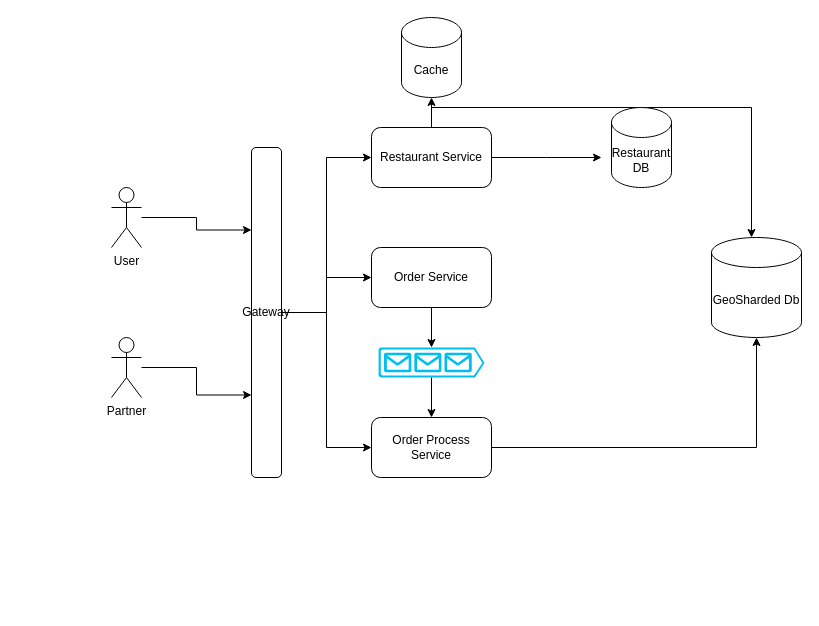
Before: High Level/Food Delivery App.drawio in krohitk17/System-Design, a draw.io diagram. Source tidied: cells renumbered, new cells numbered last; positions are measured from the earlier drawing's top-left corner, leaving out a move shared by most shapes. Both pictures are drawn from the tidied source at 100%, with x=0, y=0 at pixel (111, 17).
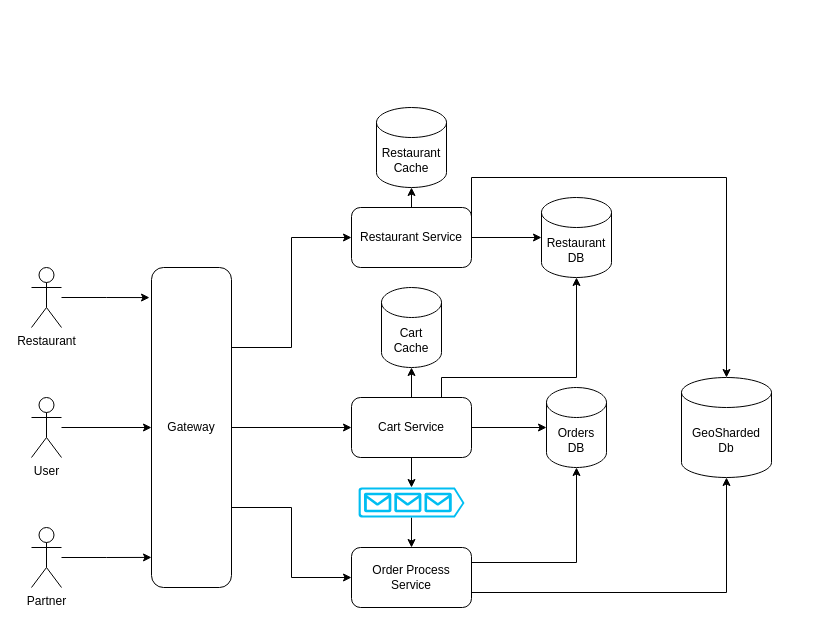
The same diagram, later.

What changed in the source:
```diff
@@
-    <mxCell id="2" style="edgeStyle=orthogonalEdgeStyle;rounded=0;jettySize=auto;html=1;entryX=0;entryY=0.25;entryDx=0;entryDy=0;" parent="1" edge="1" source="3" target="7">
+    <mxCell id="2" style="edgeStyle=orthogonalEdgeStyle;rounded=0;jettySize=auto;html=1;entryX=0;entryY=0.5;entryDx=0;entryDy=0;" parent="1" edge="1" source="3" target="7">
       <mxGeometry relative="1" as="geometry" />
     </mxCell>
     <mxCell id="3" value="User" style="shape=umlActor;verticalLabelPosition=bottom;verticalAlign=top;html=1;outlineConnect=0;" parent="1" vertex="1">
-      <mxGeometry y="170" width="30" height="60" as="geometry" />
+      <mxGeometry x="-80" y="380" width="30" height="60" as="geometry" />
     </mxCell>
-    <mxCell id="4" style="edgeStyle=orthogonalEdgeStyle;rounded=0;jettySize=auto;html=1;entryX=0;entryY=0.5;entryDx=0;entryDy=0;" parent="1" edge="1" source="7" target="10">
+    <mxCell id="4" style="edgeStyle=orthogonalEdgeStyle;rounded=0;jettySize=auto;html=1;exitX=1;exitY=0.25;exitDx=0;exitDy=0;entryX=0;entryY=0.5;entryDx=0;entryDy=0;" parent="1" edge="1" source="7" target="10">
       <mxGeometry relative="1" as="geometry" />
     </mxCell>
-    <mxCell id="5" style="edgeStyle=orthogonalEdgeStyle;rounded=0;jettySize=auto;html=1;entryX=0;entryY=0.5;entryDx=0;entryDy=0;" parent="1" edge="1" source="7" target="11">
+    <mxCell id="5" style="edgeStyle=orthogonalEdgeStyle;rounded=0;jettySize=auto;html=1;exitX=1;exitY=0.5;exitDx=0;exitDy=0;entryX=0;entryY=0.5;entryDx=0;entryDy=0;" parent="1" edge="1" source="7" target="11">
       <mxGeometry relative="1" as="geometry" />
     </mxCell>
-    <mxCell id="6" style="edgeStyle=orthogonalEdgeStyle;rounded=0;jettySize=auto;html=1;entryX=0;entryY=0.5;entryDx=0;entryDy=0;" parent="1" edge="1" source="7" target="16">
+    <mxCell id="6" style="edgeStyle=orthogonalEdgeStyle;rounded=0;jettySize=auto;html=1;exitX=1;exitY=0.75;exitDx=0;exitDy=0;entryX=0;entryY=0.5;entryDx=0;entryDy=0;" parent="1" edge="1" source="7" target="16">
       <mxGeometry relative="1" as="geometry" />
     </mxCell>
     <mxCell id="7" value="Gateway" style="rounded=1;whiteSpace=wrap;html=1;" parent="1" vertex="1">
-      <mxGeometry x="140" y="130" width="30" height="330" as="geometry" />
+      <mxGeometry x="40" y="250" width="80" height="320" as="geometry" />
     </mxCell>
-    <mxCell id="8" style="edgeStyle=orthogonalEdgeStyle;rounded=0;jettySize=auto;html=1;" parent="1" edge="1" source="10">
-      <mxGeometry relative="1" as="geometry">
-        <mxPoint x="490" y="140" as="targetPoint" />
-      </mxGeometry>
-    </mxCell>
-    <mxCell id="9" style="edgeStyle=orthogonalEdgeStyle;rounded=0;jettySize=auto;html=1;" parent="1" edge="1" source="10" target="14">
-      <mxGeometry relative="1" as="geometry">
-        <Array as="points">
-          <mxPoint x="320" y="90" />
-          <mxPoint x="640" y="90" />
-        </Array>
-      </mxGeometry>
-    </mxCell>
     <mxCell id="10" value="Restaurant Service" style="rounded=1;whiteSpace=wrap;html=1;" parent="1" vertex="1">
-      <mxGeometry x="260" y="110" width="120" height="60" as="geometry" />
+      <mxGeometry x="240" y="190" width="120" height="60" as="geometry" />
     </mxCell>
-    <mxCell id="11" value="Order Service" style="rounded=1;whiteSpace=wrap;html=1;" parent="1" vertex="1">
-      <mxGeometry x="260" y="230" width="120" height="60" as="geometry" />
+    <mxCell id="11" value="Cart Service" style="rounded=1;whiteSpace=wrap;html=1;" parent="1" vertex="1">
+      <mxGeometry x="240" y="380" width="120" height="60" as="geometry" />
     </mxCell>
     <mxCell id="12" value="Restaurant DB" style="shape=cylinder3;whiteSpace=wrap;html=1;boundedLbl=1;backgroundOutline=1;size=15;" parent="1" vertex="1">
-      <mxGeometry x="500" y="90" width="60" height="80" as="geometry" />
+      <mxGeometry x="430" y="180" width="70" height="80" as="geometry" />
     </mxCell>
-    <mxCell id="13" value="Cache" style="shape=cylinder3;whiteSpace=wrap;html=1;boundedLbl=1;backgroundOutline=1;size=15;" parent="1" vertex="1">
-      <mxGeometry x="290" width="60" height="80" as="geometry" />
+    <mxCell id="13" value="&lt;div&gt;Restaurant&lt;/div&gt;Cache" style="shape=cylinder3;whiteSpace=wrap;html=1;boundedLbl=1;backgroundOutline=1;size=15;" parent="1" vertex="1">
+      <mxGeometry x="265" y="90" width="70" height="80" as="geometry" />
     </mxCell>
-    <mxCell id="14" value="GeoSharded Db" style="shape=cylinder3;whiteSpace=wrap;html=1;boundedLbl=1;backgroundOutline=1;size=15;" parent="1" vertex="1">
-      <mxGeometry x="600" y="220" width="90" height="100" as="geometry" />
+    <mxCell id="14" value="GeoSharded&lt;div&gt;Db&lt;/div&gt;" style="shape=cylinder3;whiteSpace=wrap;html=1;boundedLbl=1;backgroundOutline=1;size=15;" parent="1" vertex="1">
+      <mxGeometry x="570" y="360" width="90" height="100" as="geometry" />
     </mxCell>
-    <mxCell id="15" style="edgeStyle=orthogonalEdgeStyle;rounded=0;jettySize=auto;html=1;" parent="1" edge="1" source="16" target="14">
+    <mxCell id="15" style="edgeStyle=orthogonalEdgeStyle;rounded=0;jettySize=auto;html=1;exitX=1;exitY=0.75;exitDx=0;exitDy=0;" parent="1" edge="1" source="16" target="14">
       <mxGeometry relative="1" as="geometry" />
     </mxCell>
     <mxCell id="16" value="Order Process Service" style="rounded=1;whiteSpace=wrap;html=1;" parent="1" vertex="1">
-      <mxGeometry x="260" y="400" width="120" height="60" as="geometry" />
+      <mxGeometry x="240" y="530" width="120" height="60" as="geometry" />
     </mxCell>
-    <mxCell id="17" style="edgeStyle=orthogonalEdgeStyle;rounded=0;jettySize=auto;html=1;entryX=0;entryY=0.75;entryDx=0;entryDy=0;" parent="1" edge="1" source="18" target="7">
-      <mxGeometry relative="1" as="geometry" />
-    </mxCell>
     <mxCell id="18" value="Partner" style="shape=umlActor;verticalLabelPosition=bottom;verticalAlign=top;html=1;outlineConnect=0;" parent="1" vertex="1">
-      <mxGeometry y="320" width="30" height="60" as="geometry" />
+      <mxGeometry x="-80" y="510" width="30" height="60" as="geometry" />
     </mxCell>
-    <mxCell id="19" style="edgeStyle=orthogonalEdgeStyle;rounded=0;jettySize=auto;html=1;exitX=0.5;exitY=0;exitDx=0;exitDy=0;entryX=0.5;entryY=1;entryDx=0;entryDy=0;entryPerimeter=0;" parent="1" edge="1" source="10" target="13">
-      <mxGeometry relative="1" as="geometry" />
-    </mxCell>
@@
     <mxCell id="21" style="verticalLabelPosition=bottom;html=1;verticalAlign=top;align=center;strokeColor=none;fillColor=#00BEF2;shape=mxgraph.azure.queue_generic;" parent="1" vertex="1">
-      <mxGeometry x="267" y="330" width="106" height="30" as="geometry" />
+      <mxGeometry x="247" y="470" width="106" height="30" as="geometry" />
     </mxCell>
@@
+    <mxCell id="23" value="Orders&lt;div&gt;DB&lt;/div&gt;" style="shape=cylinder3;whiteSpace=wrap;html=1;boundedLbl=1;backgroundOutline=1;size=15;" parent="1" vertex="1">
+      <mxGeometry x="435" y="370" width="60" height="80" as="geometry" />
+    </mxCell>
+    <mxCell id="24" style="edgeStyle=orthogonalEdgeStyle;rounded=0;jettySize=auto;html=1;exitX=1;exitY=0.25;exitDx=0;exitDy=0;entryX=0.5;entryY=1;entryDx=0;entryDy=0;entryPerimeter=0;" parent="1" edge="1" source="16" target="23">
+      <mxGeometry relative="1" as="geometry" />
+    </mxCell>
+    <mxCell id="25" value="Cart&lt;br&gt;Cache" style="shape=cylinder3;whiteSpace=wrap;html=1;boundedLbl=1;backgroundOutline=1;size=15;" parent="1" vertex="1">
+      <mxGeometry x="270" y="270" width="60" height="80" as="geometry" />
+    </mxCell>
+    <mxCell id="19" style="edgeStyle=orthogonalEdgeStyle;rounded=0;jettySize=auto;html=1;exitX=0.5;exitY=0;exitDx=0;exitDy=0;entryX=0.5;entryY=1;entryDx=0;entryDy=0;entryPerimeter=0;" parent="1" edge="1" source="10" target="13">
+      <mxGeometry relative="1" as="geometry" />
+    </mxCell>
+    <mxCell id="26" style="edgeStyle=orthogonalEdgeStyle;rounded=0;jettySize=auto;html=1;entryX=0;entryY=0.5;entryDx=0;entryDy=0;entryPerimeter=0;" parent="1" edge="1" source="10" target="12">
+      <mxGeometry relative="1" as="geometry" />
+    </mxCell>
+    <mxCell id="27" style="edgeStyle=orthogonalEdgeStyle;rounded=0;jettySize=auto;html=1;exitX=0.5;exitY=0;exitDx=0;exitDy=0;entryX=0.5;entryY=1;entryDx=0;entryDy=0;entryPerimeter=0;" parent="1" edge="1" source="11" target="25">
+      <mxGeometry relative="1" as="geometry" />
+    </mxCell>
+    <mxCell id="28" style="edgeStyle=orthogonalEdgeStyle;rounded=0;jettySize=auto;html=1;entryX=0;entryY=0.5;entryDx=0;entryDy=0;entryPerimeter=0;" parent="1" edge="1" source="11" target="23">
+      <mxGeometry relative="1" as="geometry" />
+    </mxCell>
+    <mxCell id="9" style="rounded=0;jettySize=auto;html=1;exitX=1;exitY=0.25;exitDx=0;exitDy=0;entryX=0.5;entryY=0;entryDx=0;entryDy=0;entryPerimeter=0;edgeStyle=orthogonalEdgeStyle;" parent="1" edge="1" source="10" target="14">
+      <mxGeometry relative="1" as="geometry">
+        <Array as="points">
+          <mxPoint x="360" y="160" />
+          <mxPoint x="615" y="160" />
+        </Array>
+      </mxGeometry>
+    </mxCell>
+    <mxCell id="29" style="edgeStyle=orthogonalEdgeStyle;rounded=0;jettySize=auto;html=1;exitX=0.75;exitY=0;exitDx=0;exitDy=0;entryX=0.5;entryY=1;entryDx=0;entryDy=0;entryPerimeter=0;" parent="1" edge="1" source="11" target="12">
+      <mxGeometry relative="1" as="geometry">
+        <Array as="points">
+          <mxPoint x="330" y="360" />
+          <mxPoint x="465" y="360" />
+        </Array>
+      </mxGeometry>
+    </mxCell>
+    <mxCell id="30" value="Restaurant" style="shape=umlActor;verticalLabelPosition=bottom;verticalAlign=top;html=1;outlineConnect=0;" parent="1" vertex="1">
+      <mxGeometry x="-80" y="250" width="30" height="60" as="geometry" />
+    </mxCell>
+    <mxCell id="31" style="edgeStyle=orthogonalEdgeStyle;rounded=0;jettySize=auto;html=1;entryX=-0.025;entryY=0.094;entryDx=0;entryDy=0;entryPerimeter=0;" parent="1" edge="1" source="30" target="7">
+      <mxGeometry relative="1" as="geometry" />
+    </mxCell>
+    <mxCell id="17" style="edgeStyle=orthogonalEdgeStyle;rounded=0;jettySize=auto;html=1;entryX=0;entryY=0.906;entryDx=0;entryDy=0;entryPerimeter=0;" parent="1" edge="1" source="18" target="7">
+      <mxGeometry relative="1" as="geometry" />
+    </mxCell>
```
